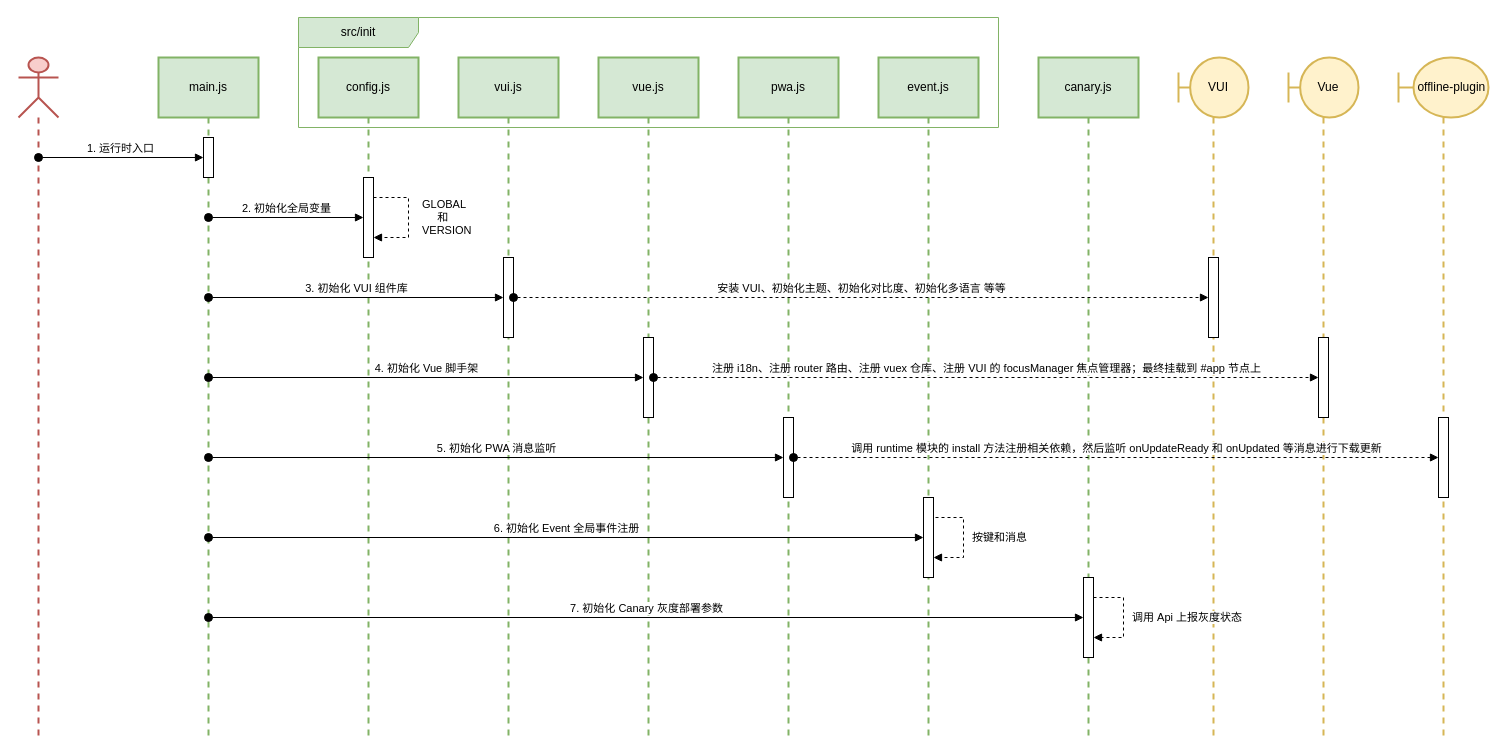
Before: page "启动时序图" (2 of 5) of VIDAA Free & VIDAA Store.drawio in LeeDebug/drawio, a draw.io diagram. Source tidied: cells renumbered, new cells numbered last; positions are measured from the earlier drawing's top-left corner, leaving out a move shared by most shapes. Both pictures are drawn from the tidied source at 100%, with x=0, y=0 at pixel (18, 17).
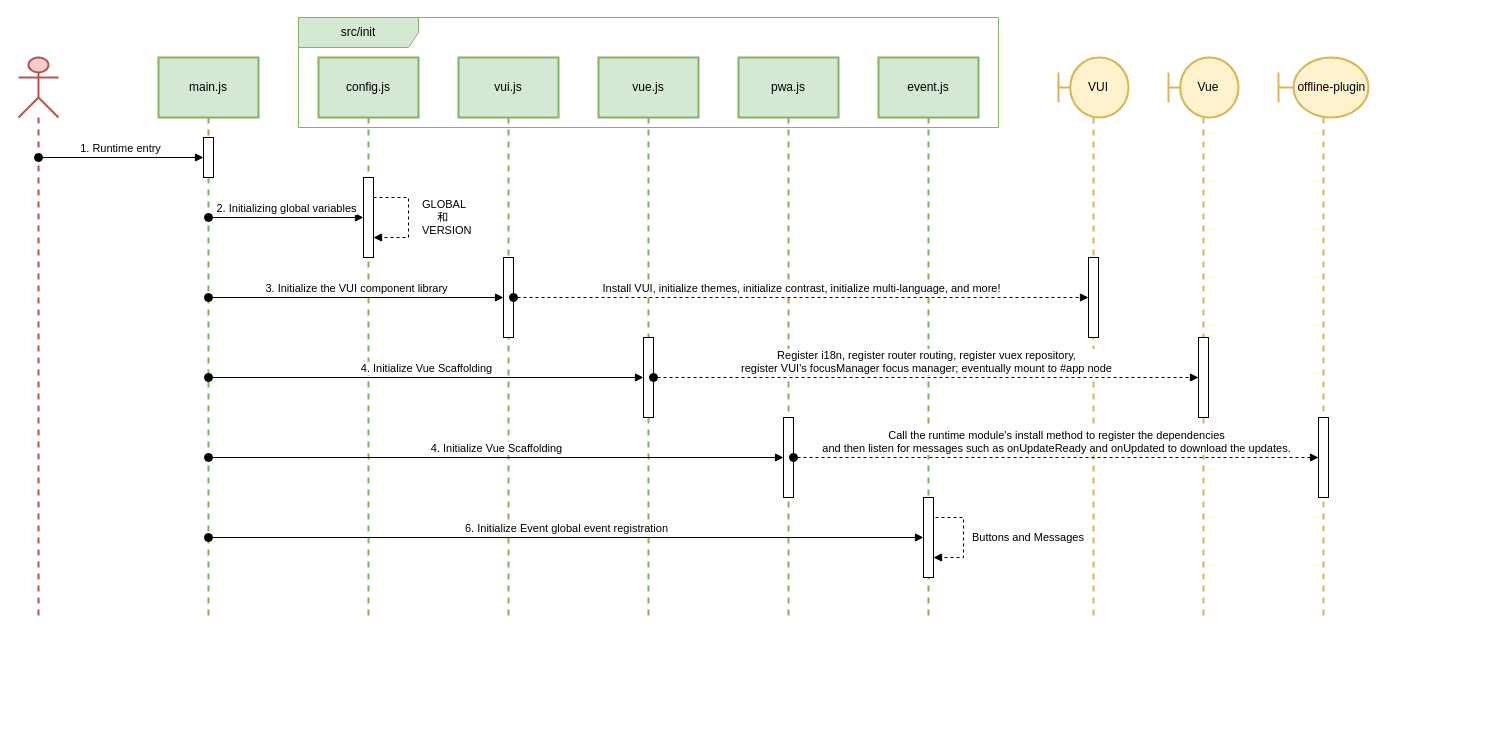
Above is the later version.

Unchanged cells that the change refers to:
```xml
<mxCell id="4" style="html=1;points=[];perimeter=orthogonalPerimeter;outlineConnect=0;targetShapes=umlLifeline;portConstraint=eastwest;newEdgeStyle={&quot;edgeStyle&quot;:&quot;elbowEdgeStyle&quot;,&quot;elbow&quot;:&quot;vertical&quot;,&quot;curved&quot;:0,&quot;rounded&quot;:0};" parent="3" vertex="1">
  <mxGeometry x="45" y="80" width="10" height="40" as="geometry" />
</mxCell>
<mxCell id="6" style="html=1;points=[];perimeter=orthogonalPerimeter;outlineConnect=0;targetShapes=umlLifeline;portConstraint=eastwest;newEdgeStyle={&quot;edgeStyle&quot;:&quot;elbowEdgeStyle&quot;,&quot;elbow&quot;:&quot;vertical&quot;,&quot;curved&quot;:0,&quot;rounded&quot;:0};" parent="5" vertex="1">
  <mxGeometry x="45" y="120" width="10" height="80" as="geometry" />
</mxCell>
<mxCell id="11" style="html=1;points=[];perimeter=orthogonalPerimeter;outlineConnect=0;targetShapes=umlLifeline;portConstraint=eastwest;newEdgeStyle={&quot;edgeStyle&quot;:&quot;elbowEdgeStyle&quot;,&quot;elbow&quot;:&quot;vertical&quot;,&quot;curved&quot;:0,&quot;rounded&quot;:0};" parent="10" vertex="1">
  <mxGeometry x="45" y="200" width="10" height="80" as="geometry" />
</mxCell>
<mxCell id="13" style="html=1;points=[];perimeter=orthogonalPerimeter;outlineConnect=0;targetShapes=umlLifeline;portConstraint=eastwest;newEdgeStyle={&quot;edgeStyle&quot;:&quot;elbowEdgeStyle&quot;,&quot;elbow&quot;:&quot;vertical&quot;,&quot;curved&quot;:0,&quot;rounded&quot;:0};" parent="12" vertex="1">
  <mxGeometry x="45" y="280" width="10" height="80" as="geometry" />
</mxCell>
<mxCell id="16" style="html=1;points=[];perimeter=orthogonalPerimeter;outlineConnect=0;targetShapes=umlLifeline;portConstraint=eastwest;newEdgeStyle={&quot;edgeStyle&quot;:&quot;elbowEdgeStyle&quot;,&quot;elbow&quot;:&quot;vertical&quot;,&quot;curved&quot;:0,&quot;rounded&quot;:0};" parent="15" vertex="1">
  <mxGeometry x="30" y="200" width="10" height="80" as="geometry" />
</mxCell>
<mxCell id="18" style="html=1;points=[];perimeter=orthogonalPerimeter;outlineConnect=0;targetShapes=umlLifeline;portConstraint=eastwest;newEdgeStyle={&quot;edgeStyle&quot;:&quot;elbowEdgeStyle&quot;,&quot;elbow&quot;:&quot;vertical&quot;,&quot;curved&quot;:0,&quot;rounded&quot;:0};" parent="17" vertex="1">
  <mxGeometry x="45" y="360" width="10" height="80" as="geometry" />
</mxCell>
<mxCell id="20" style="html=1;points=[];perimeter=orthogonalPerimeter;outlineConnect=0;targetShapes=umlLifeline;portConstraint=eastwest;newEdgeStyle={&quot;edgeStyle&quot;:&quot;elbowEdgeStyle&quot;,&quot;elbow&quot;:&quot;vertical&quot;,&quot;curved&quot;:0,&quot;rounded&quot;:0};" parent="19" vertex="1">
  <mxGeometry x="45" y="440" width="10" height="80" as="geometry" />
</mxCell>
<mxCell id="29" style="html=1;points=[];perimeter=orthogonalPerimeter;outlineConnect=0;targetShapes=umlLifeline;portConstraint=eastwest;newEdgeStyle={&quot;edgeStyle&quot;:&quot;elbowEdgeStyle&quot;,&quot;elbow&quot;:&quot;vertical&quot;,&quot;curved&quot;:0,&quot;rounded&quot;:0};" parent="28" vertex="1">
  <mxGeometry x="30" y="280" width="10" height="80" as="geometry" />
</mxCell>
<mxCell id="33" style="html=1;points=[];perimeter=orthogonalPerimeter;outlineConnect=0;targetShapes=umlLifeline;portConstraint=eastwest;newEdgeStyle={&quot;edgeStyle&quot;:&quot;elbowEdgeStyle&quot;,&quot;elbow&quot;:&quot;vertical&quot;,&quot;curved&quot;:0,&quot;rounded&quot;:0};" parent="32" vertex="1">
  <mxGeometry x="40" y="360" width="10" height="80" as="geometry" />
</mxCell>
```

Diff of the diagram source:
```diff
@@
     <mxCell id="2" style="shape=umlLifeline;perimeter=lifelinePerimeter;whiteSpace=wrap;html=1;outlineConnect=0;portConstraint=eastwest;newEdgeStyle={&quot;edgeStyle&quot;:&quot;elbowEdgeStyle&quot;,&quot;elbow&quot;:&quot;vertical&quot;,&quot;curved&quot;:0,&quot;rounded&quot;:0};participant=umlActor;size=60;fillColor=#f8cecc;strokeColor=#b85450;strokeWidth=2;" parent="1" vertex="1">
-      <mxGeometry y="40" width="40" height="680" as="geometry" />
+      <mxGeometry y="40" width="40" height="560" as="geometry" />
     </mxCell>
     <mxCell id="3" value="main.js" style="shape=umlLifeline;perimeter=lifelinePerimeter;whiteSpace=wrap;html=1;outlineConnect=0;portConstraint=eastwest;newEdgeStyle={&quot;edgeStyle&quot;:&quot;elbowEdgeStyle&quot;,&quot;elbow&quot;:&quot;vertical&quot;,&quot;curved&quot;:0,&quot;rounded&quot;:0};size=60;fillColor=#d5e8d4;strokeColor=#82b366;strokeWidth=2;" parent="1" vertex="1">
-      <mxGeometry x="140" y="40" width="100" height="680" as="geometry" />
+      <mxGeometry x="140" y="40" width="100" height="560" as="geometry" />
     </mxCell>
@@
     <mxCell id="5" value="config.js" style="shape=umlLifeline;perimeter=lifelinePerimeter;whiteSpace=wrap;html=1;newEdgeStyle={&quot;edgeStyle&quot;:&quot;elbowEdgeStyle&quot;,&quot;elbow&quot;:&quot;vertical&quot;,&quot;curved&quot;:0,&quot;rounded&quot;:0};size=60;fillColor=#d5e8d4;strokeColor=#82b366;strokeWidth=2;" parent="1" vertex="1">
-      <mxGeometry x="300" y="40" width="100" height="680" as="geometry" />
+      <mxGeometry x="300" y="40" width="100" height="560" as="geometry" />
     </mxCell>
@@
-    <mxCell id="8" value="1. 运行时入口" style="html=1;verticalAlign=bottom;startArrow=oval;endArrow=block;startSize=8;edgeStyle=elbowEdgeStyle;elbow=vertical;curved=0;rounded=0;" parent="1" edge="1" source="2" target="4">
+    <mxCell id="8" value="1. Runtime entry" style="html=1;verticalAlign=bottom;startArrow=oval;endArrow=block;startSize=8;edgeStyle=elbowEdgeStyle;elbow=vertical;curved=0;rounded=0;" parent="1" edge="1" source="2" target="4">
       <mxGeometry x="-0.01" relative="1" as="geometry" />
     </mxCell>
@@
     <mxCell id="10" value="vui.js" style="shape=umlLifeline;perimeter=lifelinePerimeter;whiteSpace=wrap;html=1;newEdgeStyle={&quot;edgeStyle&quot;:&quot;elbowEdgeStyle&quot;,&quot;elbow&quot;:&quot;vertical&quot;,&quot;curved&quot;:0,&quot;rounded&quot;:0};size=60;fillColor=#d5e8d4;strokeColor=#82b366;strokeWidth=2;" parent="1" vertex="1">
-      <mxGeometry x="440" y="40" width="100" height="680" as="geometry" />
+      <mxGeometry x="440" y="40" width="100" height="560" as="geometry" />
     </mxCell>
@@
     <mxCell id="12" value="vue.js" style="shape=umlLifeline;perimeter=lifelinePerimeter;whiteSpace=wrap;html=1;newEdgeStyle={&quot;edgeStyle&quot;:&quot;elbowEdgeStyle&quot;,&quot;elbow&quot;:&quot;vertical&quot;,&quot;curved&quot;:0,&quot;rounded&quot;:0};size=60;fillColor=#d5e8d4;strokeColor=#82b366;strokeWidth=2;" parent="1" vertex="1">
-      <mxGeometry x="580" y="40" width="100" height="680" as="geometry" />
+      <mxGeometry x="580" y="40" width="100" height="560" as="geometry" />
     </mxCell>
@@
-    <mxCell id="14" value="2. 初始化全局变量" style="html=1;verticalAlign=bottom;startArrow=oval;endArrow=block;startSize=8;edgeStyle=elbowEdgeStyle;elbow=vertical;curved=0;rounded=0;" parent="1" edge="1" source="3" target="6">
+    <mxCell id="14" value="2. Initializing global variables" style="html=1;verticalAlign=bottom;startArrow=oval;endArrow=block;startSize=8;edgeStyle=elbowEdgeStyle;elbow=vertical;curved=0;rounded=0;" parent="1" edge="1" source="3" target="6">
       <mxGeometry relative="1" as="geometry" />
     </mxCell>
     <mxCell id="15" value="&amp;nbsp; &amp;nbsp;VUI" style="shape=umlLifeline;perimeter=lifelinePerimeter;whiteSpace=wrap;html=1;newEdgeStyle={&quot;edgeStyle&quot;:&quot;elbowEdgeStyle&quot;,&quot;elbow&quot;:&quot;vertical&quot;,&quot;curved&quot;:0,&quot;rounded&quot;:0};participant=umlBoundary;size=60;fillColor=#fff2cc;strokeColor=#d6b656;strokeWidth=2;" parent="1" vertex="1">
-      <mxGeometry x="1160" y="40" width="70" height="680" as="geometry" />
+      <mxGeometry x="1040" y="40" width="70" height="560" as="geometry" />
     </mxCell>
@@
     <mxCell id="17" value="pwa.js" style="shape=umlLifeline;perimeter=lifelinePerimeter;whiteSpace=wrap;html=1;newEdgeStyle={&quot;edgeStyle&quot;:&quot;elbowEdgeStyle&quot;,&quot;elbow&quot;:&quot;vertical&quot;,&quot;curved&quot;:0,&quot;rounded&quot;:0};size=60;fillColor=#d5e8d4;strokeColor=#82b366;strokeWidth=2;" parent="1" vertex="1">
-      <mxGeometry x="720" y="40" width="100" height="680" as="geometry" />
+      <mxGeometry x="720" y="40" width="100" height="560" as="geometry" />
     </mxCell>
@@
     <mxCell id="19" value="event.js" style="shape=umlLifeline;perimeter=lifelinePerimeter;whiteSpace=wrap;html=1;newEdgeStyle={&quot;edgeStyle&quot;:&quot;elbowEdgeStyle&quot;,&quot;elbow&quot;:&quot;vertical&quot;,&quot;curved&quot;:0,&quot;rounded&quot;:0};size=60;fillColor=#d5e8d4;strokeColor=#82b366;strokeWidth=2;" parent="1" vertex="1">
-      <mxGeometry x="860" y="40" width="100" height="680" as="geometry" />
+      <mxGeometry x="860" y="40" width="100" height="560" as="geometry" />
     </mxCell>
@@
-    <mxCell id="21" value="按键和消息" style="html=1;align=left;spacingLeft=2;endArrow=block;rounded=0;edgeStyle=orthogonalEdgeStyle;curved=0;rounded=0;dashed=1;" parent="19" edge="1" target="20">
+    <mxCell id="21" value="Buttons and Messages" style="html=1;align=left;spacingLeft=2;endArrow=block;rounded=0;edgeStyle=orthogonalEdgeStyle;curved=0;rounded=0;dashed=1;" parent="19" edge="1" target="20">
       <mxGeometry x="0.09" y="5" relative="1" as="geometry">
         <mxPoint x="55" y="450" as="sourcePoint" />
         <Array as="points">
           <mxPoint x="55" y="460" />
           <mxPoint x="85" y="460" />
           <mxPoint x="85" y="500" />
         </Array>
       </mxGeometry>
     </mxCell>
-    <mxCell id="22" value="canary.js" style="shape=umlLifeline;perimeter=lifelinePerimeter;whiteSpace=wrap;html=1;newEdgeStyle={&quot;edgeStyle&quot;:&quot;elbowEdgeStyle&quot;,&quot;elbow&quot;:&quot;vertical&quot;,&quot;curved&quot;:0,&quot;rounded&quot;:0};size=60;fillColor=#d5e8d4;strokeColor=#82b366;strokeWidth=2;" parent="1" vertex="1">
-      <mxGeometry x="1020" y="40" width="100" height="680" as="geometry" />
-    </mxCell>
-    <mxCell id="23" style="html=1;points=[];perimeter=orthogonalPerimeter;outlineConnect=0;targetShapes=umlLifeline;portConstraint=eastwest;newEdgeStyle={&quot;edgeStyle&quot;:&quot;elbowEdgeStyle&quot;,&quot;elbow&quot;:&quot;vertical&quot;,&quot;curved&quot;:0,&quot;rounded&quot;:0};" parent="22" vertex="1">
-      <mxGeometry x="45" y="520" width="10" height="80" as="geometry" />
-    </mxCell>
-    <mxCell id="24" value="调用 Api 上报灰度状态" style="html=1;align=left;spacingLeft=2;endArrow=block;rounded=0;edgeStyle=orthogonalEdgeStyle;curved=0;rounded=0;dashed=1;" parent="22" edge="1" target="23">
-      <mxGeometry y="5" relative="1" as="geometry">
-        <mxPoint x="55" y="540" as="sourcePoint" />
-        <Array as="points">
-          <mxPoint x="85" y="540" />
-          <mxPoint x="85" y="580" />
-        </Array>
-      </mxGeometry>
-    </mxCell>
-    <mxCell id="25" value="3. 初始化 VUI 组件库" style="html=1;verticalAlign=bottom;startArrow=oval;endArrow=block;startSize=8;edgeStyle=elbowEdgeStyle;elbow=vertical;curved=0;rounded=0;" parent="1" edge="1" source="3" target="11">
+    <mxCell id="25" value="3. Initialize the VUI component library" style="html=1;verticalAlign=bottom;startArrow=oval;endArrow=block;startSize=8;edgeStyle=elbowEdgeStyle;elbow=vertical;curved=0;rounded=0;" parent="1" edge="1" source="3" target="11">
       <mxGeometry relative="1" as="geometry" />
     </mxCell>
-    <mxCell id="26" value="安装 VUI、初始化主题、初始化对比度、初始化多语言 等等" style="html=1;verticalAlign=bottom;startArrow=oval;endArrow=block;startSize=8;edgeStyle=elbowEdgeStyle;elbow=vertical;curved=0;rounded=0;dashed=1;" parent="1" edge="1" source="11" target="16">
+    <mxCell id="26" value="Install VUI, initialize themes, initialize contrast, initialize multi-language, and more!" style="html=1;verticalAlign=bottom;startArrow=oval;endArrow=block;startSize=8;edgeStyle=elbowEdgeStyle;elbow=vertical;curved=0;rounded=0;dashed=1;" parent="1" edge="1" source="11" target="16">
       <mxGeometry relative="1" as="geometry" />
     </mxCell>
-    <mxCell id="27" value="4. 初始化 Vue 脚手架" style="html=1;verticalAlign=bottom;startArrow=oval;endArrow=block;startSize=8;edgeStyle=elbowEdgeStyle;elbow=vertical;curved=0;rounded=0;" parent="1" edge="1" source="3" target="13">
+    <mxCell id="27" value="4. Initialize Vue Scaffolding" style="html=1;verticalAlign=bottom;startArrow=oval;endArrow=block;startSize=8;edgeStyle=elbowEdgeStyle;elbow=vertical;curved=0;rounded=0;" parent="1" edge="1" source="3" target="13">
       <mxGeometry relative="1" as="geometry" />
     </mxCell>
     <mxCell id="28" value="&amp;nbsp; &amp;nbsp;Vue" style="shape=umlLifeline;perimeter=lifelinePerimeter;whiteSpace=wrap;html=1;newEdgeStyle={&quot;edgeStyle&quot;:&quot;elbowEdgeStyle&quot;,&quot;elbow&quot;:&quot;vertical&quot;,&quot;curved&quot;:0,&quot;rounded&quot;:0};participant=umlBoundary;size=60;fillColor=#fff2cc;strokeColor=#d6b656;strokeWidth=2;" parent="1" vertex="1">
-      <mxGeometry x="1270" y="40" width="70" height="680" as="geometry" />
+      <mxGeometry x="1150" y="40" width="70" height="560" as="geometry" />
     </mxCell>
@@
-    <mxCell id="30" value="注册&amp;nbsp;i18n、注册&amp;nbsp;router 路由、注册 vuex 仓库、注册 VUI 的&amp;nbsp;focusManager 焦点管理器；最终挂载到&amp;nbsp;#app 节点上" style="html=1;verticalAlign=bottom;startArrow=oval;endArrow=block;startSize=8;edgeStyle=elbowEdgeStyle;elbow=vertical;curved=0;rounded=0;dashed=1;" parent="1" edge="1" source="13" target="29">
+    <mxCell id="30" value="Register i18n, register router routing, register vuex repository, &lt;br&gt;register VUI's focusManager focus manager; eventually mount to #app node" style="html=1;verticalAlign=bottom;startArrow=oval;endArrow=block;startSize=8;edgeStyle=elbowEdgeStyle;elbow=vertical;curved=0;rounded=0;dashed=1;" parent="1" edge="1" source="13" target="29">
       <mxGeometry relative="1" as="geometry" />
     </mxCell>
-    <mxCell id="31" value="5.&amp;nbsp;初始化 PWA 消息监听" style="html=1;verticalAlign=bottom;startArrow=oval;endArrow=block;startSize=8;edgeStyle=elbowEdgeStyle;elbow=vertical;curved=0;rounded=0;" parent="1" edge="1" source="3" target="18">
+    <mxCell id="31" value="4. Initialize Vue Scaffolding" style="html=1;verticalAlign=bottom;startArrow=oval;endArrow=block;startSize=8;edgeStyle=elbowEdgeStyle;elbow=vertical;curved=0;rounded=0;" parent="1" edge="1" source="3" target="18">
       <mxGeometry relative="1" as="geometry" />
     </mxCell>
     <mxCell id="32" value="&amp;nbsp; &amp;nbsp; &amp;nbsp;offline-plugin" style="shape=umlLifeline;perimeter=lifelinePerimeter;whiteSpace=wrap;html=1;newEdgeStyle={&quot;edgeStyle&quot;:&quot;elbowEdgeStyle&quot;,&quot;elbow&quot;:&quot;vertical&quot;,&quot;curved&quot;:0,&quot;rounded&quot;:0};participant=umlBoundary;size=60;fillColor=#fff2cc;strokeColor=#d6b656;strokeWidth=2;" parent="1" vertex="1">
-      <mxGeometry x="1380" y="40" width="90" height="680" as="geometry" />
+      <mxGeometry x="1260" y="40" width="90" height="560" as="geometry" />
     </mxCell>
@@
-    <mxCell id="34" value="调用&amp;nbsp;runtime 模块的 install 方法注册相关依赖，然后监听&amp;nbsp;onUpdateReady 和&amp;nbsp;onUpdated 等消息进行下载更新" style="html=1;verticalAlign=bottom;startArrow=oval;endArrow=block;startSize=8;edgeStyle=elbowEdgeStyle;elbow=vertical;curved=0;rounded=0;dashed=1;" parent="1" edge="1" source="18" target="33">
+    <mxCell id="34" value="Call the runtime module's install method to register the dependencies &lt;br&gt;and then listen for messages such as onUpdateReady and onUpdated to download the updates." style="html=1;verticalAlign=bottom;startArrow=oval;endArrow=block;startSize=8;edgeStyle=elbowEdgeStyle;elbow=vertical;curved=0;rounded=0;dashed=1;" parent="1" edge="1" source="18" target="33">
       <mxGeometry relative="1" as="geometry" />
     </mxCell>
-    <mxCell id="35" value="6.&amp;nbsp;初始化 Event 全局事件注册" style="html=1;verticalAlign=bottom;startArrow=oval;endArrow=block;startSize=8;edgeStyle=elbowEdgeStyle;elbow=vertical;curved=0;rounded=0;" parent="1" edge="1" source="3" target="20">
+    <mxCell id="35" value="6. Initialize Event global event registration" style="html=1;verticalAlign=bottom;startArrow=oval;endArrow=block;startSize=8;edgeStyle=elbowEdgeStyle;elbow=vertical;curved=0;rounded=0;" parent="1" edge="1" source="3" target="20">
       <mxGeometry relative="1" as="geometry" />
     </mxCell>
-    <mxCell id="36" value="7.&amp;nbsp;初始化 Canary 灰度部署参数" style="html=1;verticalAlign=bottom;startArrow=oval;endArrow=block;startSize=8;edgeStyle=elbowEdgeStyle;elbow=vertical;curved=0;rounded=0;" parent="1" edge="1" source="3" target="23">
-      <mxGeometry relative="1" as="geometry" />
-    </mxCell>
```
